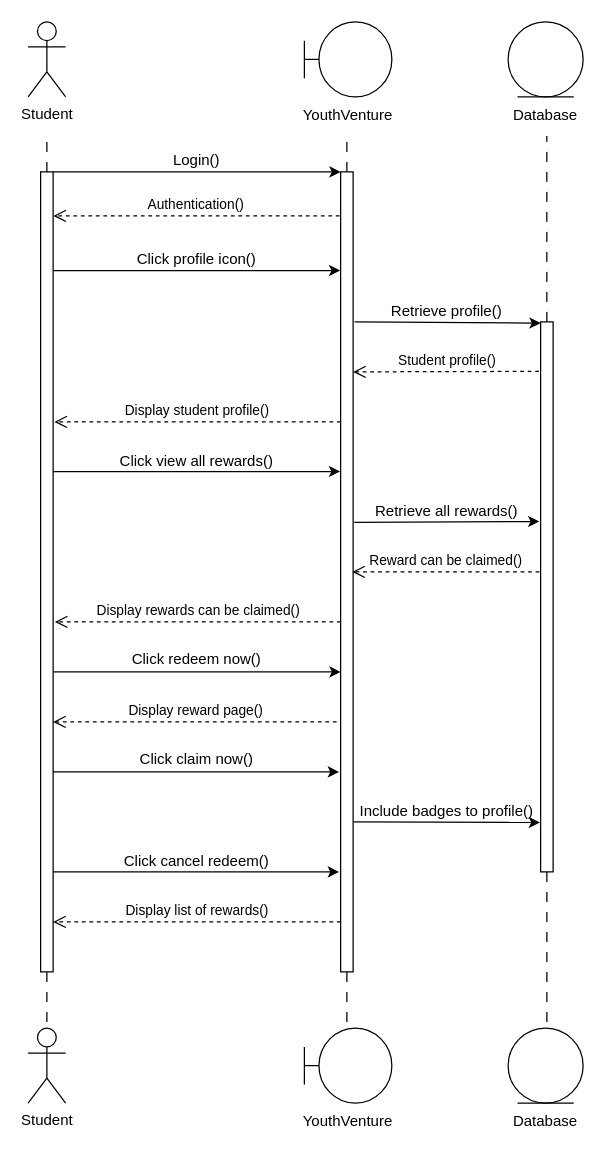
The draw.io diagram sequence_diagram/UC020 seq diagram.drawio in wei2030/year2_project, before the edit. Source tidied: cells renumbered, new cells numbered last; positions are measured from the earlier drawing's top-left corner, leaving out a move shared by most shapes. Both pictures are drawn from the tidied source at 125%, with x=0, y=0 at pixel (28, 21).
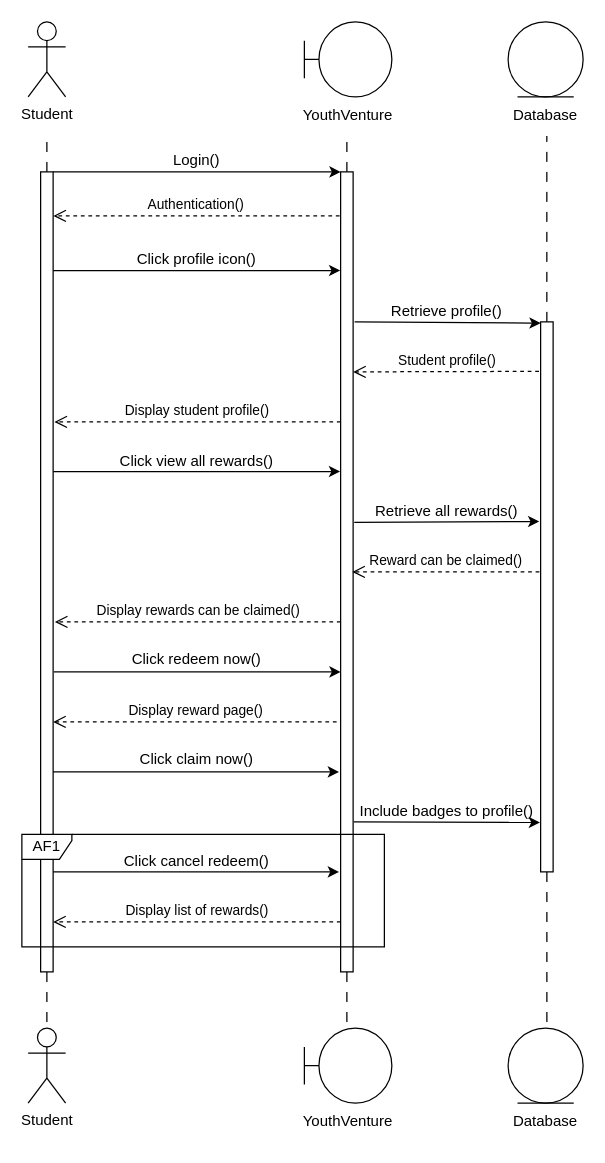
The same page after the edit.

Diff of the diagram source:
```diff
@@
+    <mxCell id="49" value="AF1" style="shape=umlFrame;whiteSpace=wrap;html=1;width=40;height=20;" parent="1" vertex="1">
+      <mxGeometry x="-5" y="650" width="290" height="90" as="geometry" />
+    </mxCell>
```
